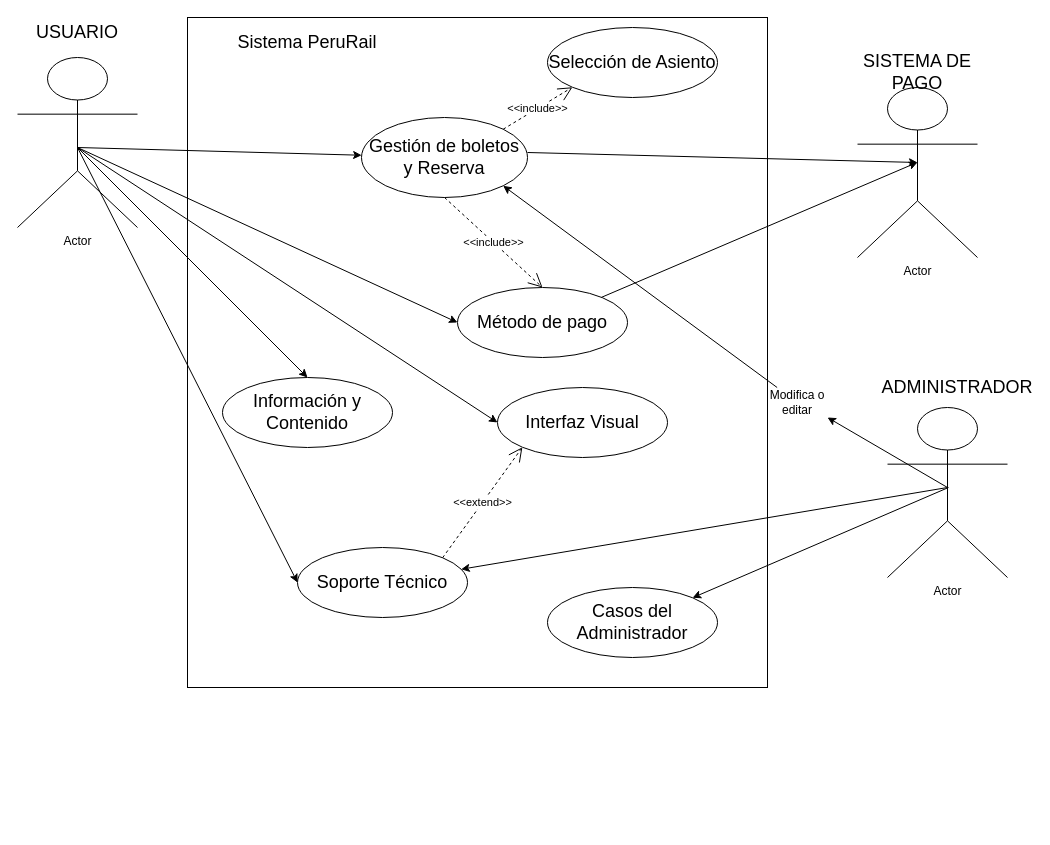
davidev-m/peruRail keeps this draw.io diagram as Diagrama_de_usos.drawio. Above is the earlier version. Source tidied: cells renumbered, new cells numbered last; positions are measured from the earlier drawing's top-left corner, leaving out a move shared by most shapes. Both pictures are drawn from the tidied source at 100%, with x=0, y=0 at pixel (17, 17).
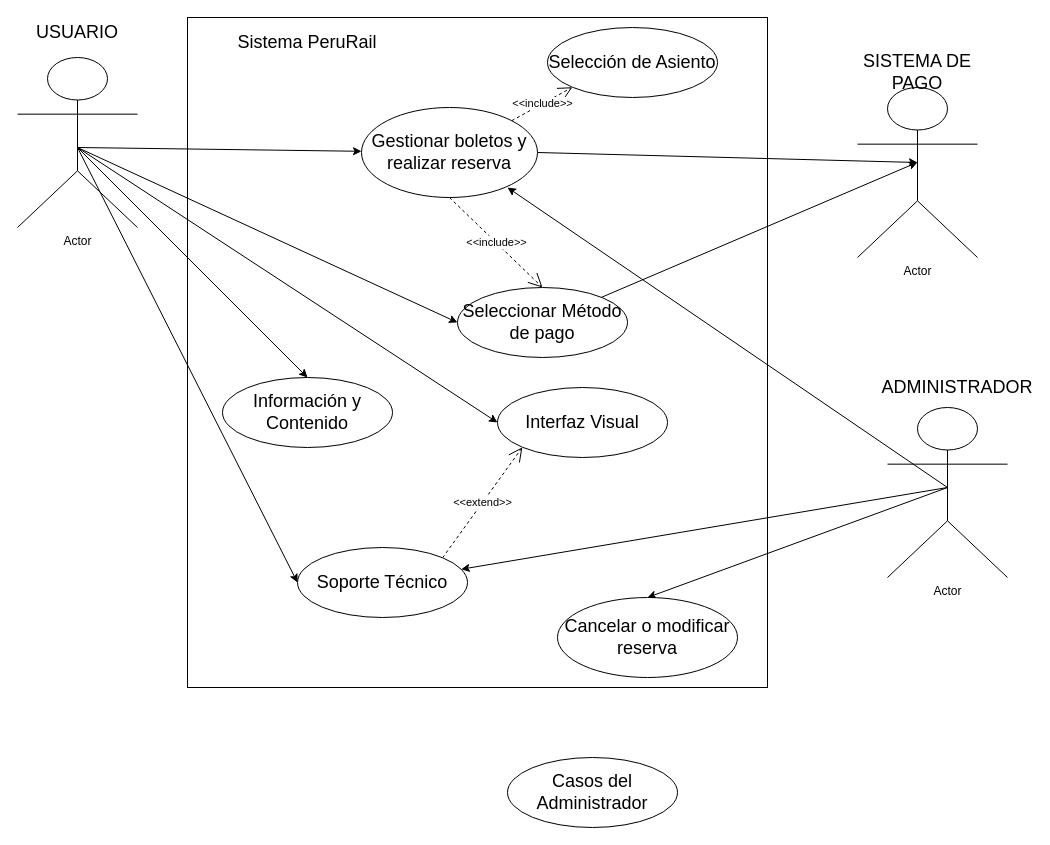
Above is the later version.

The edit, as a diff of the source:
```diff
@@
-    <mxCell id="3" value="&lt;font style=&quot;font-size: 18px;&quot;&gt;Gestión de boletos y Reserva&lt;/font&gt;" style="ellipse;whiteSpace=wrap;html=1;" parent="1" vertex="1">
-      <mxGeometry x="344" y="100" width="166" height="80" as="geometry" />
+    <mxCell id="3" value="&lt;font style=&quot;font-size: 18px;&quot;&gt;Gestionar boletos y realizar reserva&lt;/font&gt;" style="ellipse;whiteSpace=wrap;html=1;" parent="1" vertex="1">
+      <mxGeometry x="344" y="90" width="176" height="90" as="geometry" />
     </mxCell>
-    <mxCell id="4" value="&lt;font style=&quot;font-size: 18px;&quot;&gt;Método de pago&lt;/font&gt;" style="ellipse;whiteSpace=wrap;html=1;" parent="1" vertex="1">
+    <mxCell id="4" value="&lt;font style=&quot;font-size: 18px;&quot;&gt;Seleccionar Método de pago&lt;/font&gt;" style="ellipse;whiteSpace=wrap;html=1;" parent="1" vertex="1">
       <mxGeometry x="440" y="270" width="170" height="70" as="geometry" />
     </mxCell>
@@
     <mxCell id="9" value="&lt;font style=&quot;font-size: 18px;&quot;&gt;Casos del Administrador&lt;/font&gt;" style="ellipse;whiteSpace=wrap;html=1;" parent="1" vertex="1">
-      <mxGeometry x="530" y="570" width="170" height="70" as="geometry" />
+      <mxGeometry x="490" y="740" width="170" height="70" as="geometry" />
     </mxCell>
@@
-    <mxCell id="22" style="endArrow=classic;html=1;rounded=0;entryX=1;entryY=0;entryDx=0;entryDy=0;" parent="1" edge="1" target="9">
+    <mxCell id="22" style="endArrow=classic;html=1;rounded=0;entryX=0.5;entryY=0;entryDx=0;entryDy=0;" parent="1" edge="1" target="32">
       <mxGeometry relative="1" as="geometry">
-        <mxPoint x="931" y="470" as="sourcePoint" />
+        <mxPoint x="930" y="470" as="sourcePoint" />
       </mxGeometry>
     </mxCell>
@@
-    <mxCell id="24" style="endArrow=classic;html=1;rounded=0;entryX=1;entryY=1;entryDx=0;entryDy=0;" parent="1" edge="1" source="26" target="3">
-      <mxGeometry relative="1" as="geometry" />
-    </mxCell>
-    <mxCell id="25" style="endArrow=classic;html=1;rounded=0;entryX=1;entryY=1;entryDx=0;entryDy=0;" parent="1" edge="1" target="26">
-      <mxGeometry relative="1" as="geometry">
-        <mxPoint x="930" y="470" as="sourcePoint" />
-      </mxGeometry>
-    </mxCell>
-    <mxCell id="26" value="Modifica o editar" style="text;html=1;align=center;verticalAlign=middle;whiteSpace=wrap;rounded=0;" parent="1" vertex="1">
-      <mxGeometry x="750" y="370" width="60" height="30" as="geometry" />
-    </mxCell>
@@
-    <mxCell id="31" style="endArrow=classic;html=1;rounded=0;exitX=1;exitY=0.5;exitDx=0;exitDy=0;" parent="1" edge="1">
+    <mxCell id="31" style="endArrow=classic;html=1;rounded=0;exitX=1;exitY=0.5;exitDx=0;exitDy=0;" parent="1" edge="1" source="3">
       <mxGeometry relative="1" as="geometry">
-        <mxPoint x="510" y="135" as="sourcePoint" />
         <mxPoint x="900" y="145" as="targetPoint" />
         <Array as="points">
           <mxPoint x="900" y="145" />
         </Array>
       </mxGeometry>
     </mxCell>
+    <mxCell id="32" value="&lt;font style=&quot;font-size: 18px;&quot;&gt;Cancelar o modificar reserva&lt;/font&gt;" style="ellipse;whiteSpace=wrap;html=1;" parent="1" vertex="1">
+      <mxGeometry x="540" y="580" width="180" height="80" as="geometry" />
+    </mxCell>
+    <mxCell id="33" style="endArrow=classic;html=1;rounded=0;" parent="1" edge="1">
+      <mxGeometry relative="1" as="geometry">
+        <mxPoint x="930" y="470" as="sourcePoint" />
+        <mxPoint x="490" y="170" as="targetPoint" />
+      </mxGeometry>
+    </mxCell>
```
